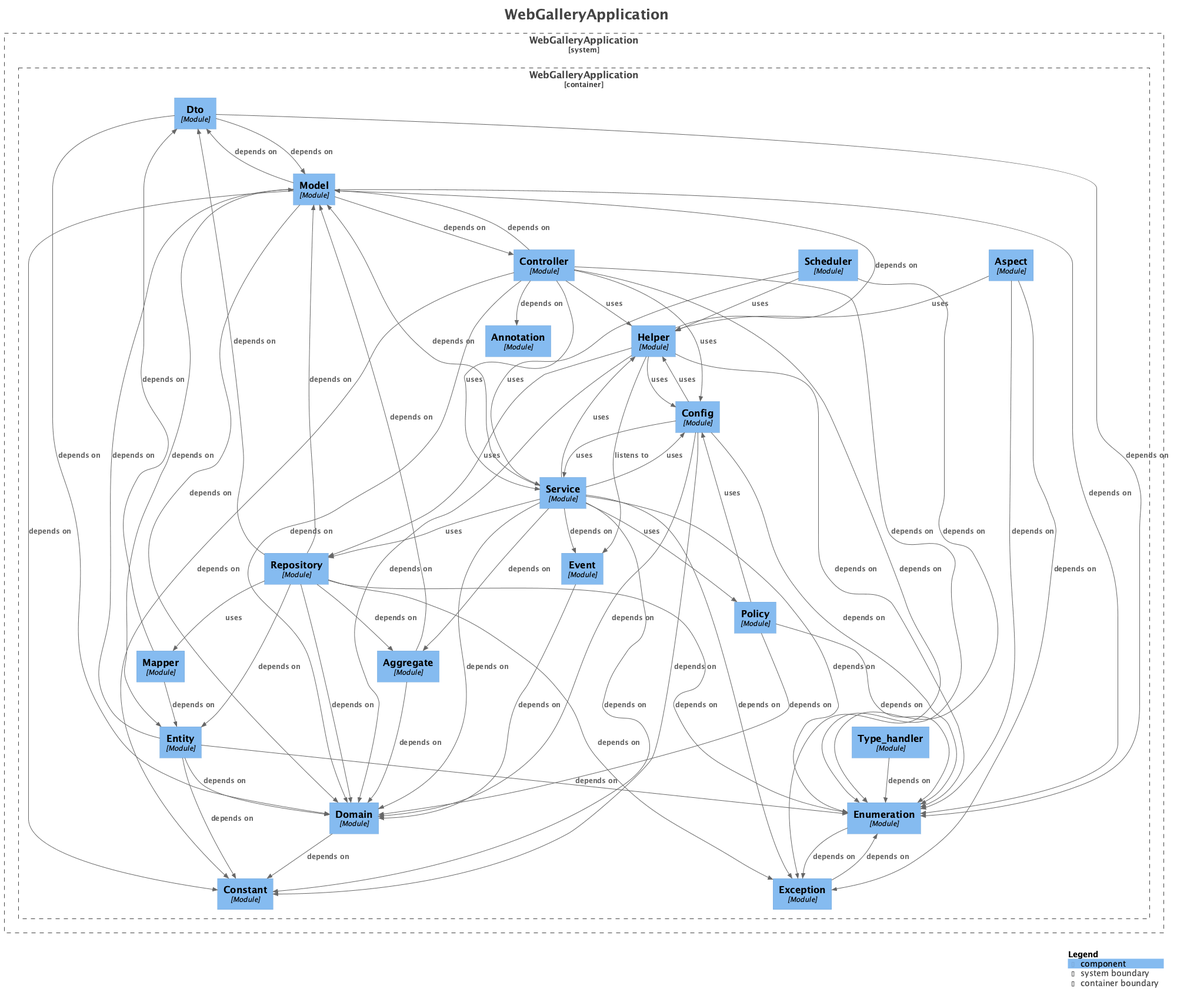
Before: doc/modulith/components.png, a diagram exported from PlantUML (KentoKodama214/WebGallery).
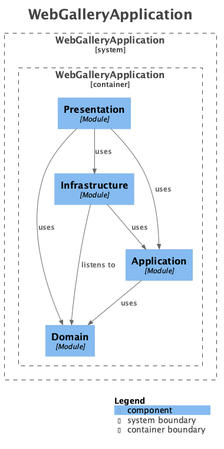
The same diagram one commit later.

Change to the diagram source:
```diff
@@ -17,100 +17,20 @@
 
 System_Boundary("WebGalleryApplication_boundary", "WebGalleryApplication", $tags="") {
   Container_Boundary("WebGalleryApplication.WebGalleryApplication_boundary", "WebGalleryApplication", $tags="") {
-    Component(WebGalleryApplication.WebGalleryApplication.Dto, "Dto", $techn="Module", $descr="", $tags="", $link="")
-    Component(WebGalleryApplication.WebGalleryApplication.Entity, "Entity", $techn="Module", $descr="", $tags="", $link="")
-    Component(WebGalleryApplication.WebGalleryApplication.Enumeration, "Enumeration", $techn="Module", $descr="", $tags="", $link="")
-    Component(WebGalleryApplication.WebGalleryApplication.Event, "Event", $techn="Module", $descr="", $tags="", $link="")
-    Component(WebGalleryApplication.WebGalleryApplication.Exception, "Exception", $techn="Module", $descr="", $tags="", $link="")
-    Component(WebGalleryApplication.WebGalleryApplication.Helper, "Helper", $techn="Module", $descr="", $tags="", $link="")
-    Component(WebGalleryApplication.WebGalleryApplication.Mapper, "Mapper", $techn="Module", $descr="", $tags="", $link="")
-    Component(WebGalleryApplication.WebGalleryApplication.Model, "Model", $techn="Module", $descr="", $tags="", $link="")
-    Component(WebGalleryApplication.WebGalleryApplication.Policy, "Policy", $techn="Module", $descr="", $tags="", $link="")
-    Component(WebGalleryApplication.WebGalleryApplication.Repository, "Repository", $techn="Module", $descr="", $tags="", $link="")
-    Component(WebGalleryApplication.WebGalleryApplication.Scheduler, "Scheduler", $techn="Module", $descr="", $tags="", $link="")
-    Component(WebGalleryApplication.WebGalleryApplication.Service, "Service", $techn="Module", $descr="", $tags="", $link="")
-    Component(WebGalleryApplication.WebGalleryApplication.Type_handler, "Type_handler", $techn="Module", $descr="", $tags="", $link="")
-    Component(WebGalleryApplication.WebGalleryApplication.Aggregate, "Aggregate", $techn="Module", $descr="", $tags="", $link="")
-    Component(WebGalleryApplication.WebGalleryApplication.Annotation, "Annotation", $techn="Module", $descr="", $tags="", $link="")
-    Component(WebGalleryApplication.WebGalleryApplication.Aspect, "Aspect", $techn="Module", $descr="", $tags="", $link="")
-    Component(WebGalleryApplication.WebGalleryApplication.Config, "Config", $techn="Module", $descr="", $tags="", $link="")
-    Component(WebGalleryApplication.WebGalleryApplication.Constant, "Constant", $techn="Module", $descr="", $tags="", $link="")
-    Component(WebGalleryApplication.WebGalleryApplication.Controller, "Controller", $techn="Module", $descr="", $tags="", $link="")
     Component(WebGalleryApplication.WebGalleryApplication.Domain, "Domain", $techn="Module", $descr="", $tags="", $link="")
+    Component(WebGalleryApplication.WebGalleryApplication.Application, "Application", $techn="Module", $descr="", $tags="", $link="")
+    Component(WebGalleryApplication.WebGalleryApplication.Infrastructure, "Infrastructure", $techn="Module", $descr="", $tags="", $link="")
+    Component(WebGalleryApplication.WebGalleryApplication.Presentation, "Presentation", $techn="Module", $descr="", $tags="", $link="")
   }
 
 }
 
-Rel(WebGalleryApplication.WebGalleryApplication.Config, WebGalleryApplication.WebGalleryApplication.Domain, "depends on", $techn="", $tags="", $link="")
-Rel(WebGalleryApplication.WebGalleryApplication.Config, WebGalleryApplication.WebGalleryApplication.Enumeration, "depends on", $techn="", $tags="", $link="")
-Rel(WebGalleryApplication.WebGalleryApplication.Config, WebGalleryApplication.WebGalleryApplication.Helper, "uses", $techn="", $tags="", $link="")
-Rel(WebGalleryApplication.WebGalleryApplication.Config, WebGalleryApplication.WebGalleryApplication.Service, "uses", $techn="", $tags="", $link="")
-Rel(WebGalleryApplication.WebGalleryApplication.Entity, WebGalleryApplication.WebGalleryApplication.Enumeration, "depends on", $techn="", $tags="", $link="")
-Rel(WebGalleryApplication.WebGalleryApplication.Entity, WebGalleryApplication.WebGalleryApplication.Model, "depends on", $techn="", $tags="", $link="")
-Rel(WebGalleryApplication.WebGalleryApplication.Entity, WebGalleryApplication.WebGalleryApplication.Constant, "depends on", $techn="", $tags="", $link="")
-Rel(WebGalleryApplication.WebGalleryApplication.Entity, WebGalleryApplication.WebGalleryApplication.Domain, "depends on", $techn="", $tags="", $link="")
-Rel(WebGalleryApplication.WebGalleryApplication.Model, WebGalleryApplication.WebGalleryApplication.Controller, "depends on", $techn="", $tags="", $link="")
-Rel(WebGalleryApplication.WebGalleryApplication.Model, WebGalleryApplication.WebGalleryApplication.Domain, "depends on", $techn="", $tags="", $link="")
-Rel(WebGalleryApplication.WebGalleryApplication.Model, WebGalleryApplication.WebGalleryApplication.Enumeration, "depends on", $techn="", $tags="", $link="")
-Rel(WebGalleryApplication.WebGalleryApplication.Model, WebGalleryApplication.WebGalleryApplication.Entity, "depends on", $techn="", $tags="", $link="")
-Rel(WebGalleryApplication.WebGalleryApplication.Model, WebGalleryApplication.WebGalleryApplication.Dto, "depends on", $techn="", $tags="", $link="")
-Rel(WebGalleryApplication.WebGalleryApplication.Model, WebGalleryApplication.WebGalleryApplication.Constant, "depends on", $techn="", $tags="", $link="")
-Rel(WebGalleryApplication.WebGalleryApplication.Policy, WebGalleryApplication.WebGalleryApplication.Domain, "depends on", $techn="", $tags="", $link="")
-Rel(WebGalleryApplication.WebGalleryApplication.Policy, WebGalleryApplication.WebGalleryApplication.Enumeration, "depends on", $techn="", $tags="", $link="")
-Rel(WebGalleryApplication.WebGalleryApplication.Policy, WebGalleryApplication.WebGalleryApplication.Config, "uses", $techn="", $tags="", $link="")
-Rel(WebGalleryApplication.WebGalleryApplication.Helper, WebGalleryApplication.WebGalleryApplication.Event, "listens to", $techn="", $tags="", $link="")
-Rel(WebGalleryApplication.WebGalleryApplication.Helper, WebGalleryApplication.WebGalleryApplication.Domain, "depends on", $techn="", $tags="", $link="")
-Rel(WebGalleryApplication.WebGalleryApplication.Helper, WebGalleryApplication.WebGalleryApplication.Model, "depends on", $techn="", $tags="", $link="")
-Rel(WebGalleryApplication.WebGalleryApplication.Helper, WebGalleryApplication.WebGalleryApplication.Enumeration, "depends on", $techn="", $tags="", $link="")
-Rel(WebGalleryApplication.WebGalleryApplication.Helper, WebGalleryApplication.WebGalleryApplication.Config, "uses", $techn="", $tags="", $link="")
-Rel(WebGalleryApplication.WebGalleryApplication.Helper, WebGalleryApplication.WebGalleryApplication.Repository, "uses", $techn="", $tags="", $link="")
-Rel(WebGalleryApplication.WebGalleryApplication.Type_handler, WebGalleryApplication.WebGalleryApplication.Enumeration, "depends on", $techn="", $tags="", $link="")
-Rel(WebGalleryApplication.WebGalleryApplication.Enumeration, WebGalleryApplication.WebGalleryApplication.Exception, "depends on", $techn="", $tags="", $link="")
-Rel(WebGalleryApplication.WebGalleryApplication.Aggregate, WebGalleryApplication.WebGalleryApplication.Domain, "depends on", $techn="", $tags="", $link="")
-Rel(WebGalleryApplication.WebGalleryApplication.Aggregate, WebGalleryApplication.WebGalleryApplication.Model, "depends on", $techn="", $tags="", $link="")
-Rel(WebGalleryApplication.WebGalleryApplication.Dto, WebGalleryApplication.WebGalleryApplication.Enumeration, "depends on", $techn="", $tags="", $link="")
-Rel(WebGalleryApplication.WebGalleryApplication.Dto, WebGalleryApplication.WebGalleryApplication.Model, "depends on", $techn="", $tags="", $link="")
-Rel(WebGalleryApplication.WebGalleryApplication.Dto, WebGalleryApplication.WebGalleryApplication.Domain, "depends on", $techn="", $tags="", $link="")
-Rel(WebGalleryApplication.WebGalleryApplication.Exception, WebGalleryApplication.WebGalleryApplication.Enumeration, "depends on", $techn="", $tags="", $link="")
-Rel(WebGalleryApplication.WebGalleryApplication.Service, WebGalleryApplication.WebGalleryApplication.Domain, "depends on", $techn="", $tags="", $link="")
-Rel(WebGalleryApplication.WebGalleryApplication.Service, WebGalleryApplication.WebGalleryApplication.Model, "depends on", $techn="", $tags="", $link="")
-Rel(WebGalleryApplication.WebGalleryApplication.Service, WebGalleryApplication.WebGalleryApplication.Exception, "depends on", $techn="", $tags="", $link="")
-Rel(WebGalleryApplication.WebGalleryApplication.Service, WebGalleryApplication.WebGalleryApplication.Enumeration, "depends on", $techn="", $tags="", $link="")
-Rel(WebGalleryApplication.WebGalleryApplication.Service, WebGalleryApplication.WebGalleryApplication.Aggregate, "depends on", $techn="", $tags="", $link="")
-Rel(WebGalleryApplication.WebGalleryApplication.Service, WebGalleryApplication.WebGalleryApplication.Event, "depends on", $techn="", $tags="", $link="")
-Rel(WebGalleryApplication.WebGalleryApplication.Service, WebGalleryApplication.WebGalleryApplication.Constant, "depends on", $techn="", $tags="", $link="")
-Rel(WebGalleryApplication.WebGalleryApplication.Service, WebGalleryApplication.WebGalleryApplication.Repository, "uses", $techn="", $tags="", $link="")
-Rel(WebGalleryApplication.WebGalleryApplication.Service, WebGalleryApplication.WebGalleryApplication.Helper, "uses", $techn="", $tags="", $link="")
-Rel(WebGalleryApplication.WebGalleryApplication.Service, WebGalleryApplication.WebGalleryApplication.Config, "uses", $techn="", $tags="", $link="")
-Rel(WebGalleryApplication.WebGalleryApplication.Service, WebGalleryApplication.WebGalleryApplication.Policy, "uses", $techn="", $tags="", $link="")
-Rel(WebGalleryApplication.WebGalleryApplication.Repository, WebGalleryApplication.WebGalleryApplication.Aggregate, "depends on", $techn="", $tags="", $link="")
-Rel(WebGalleryApplication.WebGalleryApplication.Repository, WebGalleryApplication.WebGalleryApplication.Domain, "depends on", $techn="", $tags="", $link="")
-Rel(WebGalleryApplication.WebGalleryApplication.Repository, WebGalleryApplication.WebGalleryApplication.Model, "depends on", $techn="", $tags="", $link="")
-Rel(WebGalleryApplication.WebGalleryApplication.Repository, WebGalleryApplication.WebGalleryApplication.Exception, "depends on", $techn="", $tags="", $link="")
-Rel(WebGalleryApplication.WebGalleryApplication.Repository, WebGalleryApplication.WebGalleryApplication.Enumeration, "depends on", $techn="", $tags="", $link="")
-Rel(WebGalleryApplication.WebGalleryApplication.Repository, WebGalleryApplication.WebGalleryApplication.Entity, "depends on", $techn="", $tags="", $link="")
-Rel(WebGalleryApplication.WebGalleryApplication.Repository, WebGalleryApplication.WebGalleryApplication.Dto, "depends on", $techn="", $tags="", $link="")
-Rel(WebGalleryApplication.WebGalleryApplication.Repository, WebGalleryApplication.WebGalleryApplication.Mapper, "uses", $techn="", $tags="", $link="")
-Rel(WebGalleryApplication.WebGalleryApplication.Aspect, WebGalleryApplication.WebGalleryApplication.Enumeration, "depends on", $techn="", $tags="", $link="")
-Rel(WebGalleryApplication.WebGalleryApplication.Aspect, WebGalleryApplication.WebGalleryApplication.Exception, "depends on", $techn="", $tags="", $link="")
-Rel(WebGalleryApplication.WebGalleryApplication.Aspect, WebGalleryApplication.WebGalleryApplication.Helper, "uses", $techn="", $tags="", $link="")
-Rel(WebGalleryApplication.WebGalleryApplication.Controller, WebGalleryApplication.WebGalleryApplication.Enumeration, "depends on", $techn="", $tags="", $link="")
-Rel(WebGalleryApplication.WebGalleryApplication.Controller, WebGalleryApplication.WebGalleryApplication.Model, "depends on", $techn="", $tags="", $link="")
-Rel(WebGalleryApplication.WebGalleryApplication.Controller, WebGalleryApplication.WebGalleryApplication.Domain, "depends on", $techn="", $tags="", $link="")
-Rel(WebGalleryApplication.WebGalleryApplication.Controller, WebGalleryApplication.WebGalleryApplication.Exception, "depends on", $techn="", $tags="", $link="")
-Rel(WebGalleryApplication.WebGalleryApplication.Controller, WebGalleryApplication.WebGalleryApplication.Annotation, "depends on", $techn="", $tags="", $link="")
-Rel(WebGalleryApplication.WebGalleryApplication.Controller, WebGalleryApplication.WebGalleryApplication.Constant, "depends on", $techn="", $tags="", $link="")
-Rel(WebGalleryApplication.WebGalleryApplication.Controller, WebGalleryApplication.WebGalleryApplication.Service, "uses", $techn="", $tags="", $link="")
-Rel(WebGalleryApplication.WebGalleryApplication.Controller, WebGalleryApplication.WebGalleryApplication.Helper, "uses", $techn="", $tags="", $link="")
-Rel(WebGalleryApplication.WebGalleryApplication.Controller, WebGalleryApplication.WebGalleryApplication.Config, "uses", $techn="", $tags="", $link="")
-Rel(WebGalleryApplication.WebGalleryApplication.Mapper, WebGalleryApplication.WebGalleryApplication.Entity, "depends on", $techn="", $tags="", $link="")
-Rel(WebGalleryApplication.WebGalleryApplication.Mapper, WebGalleryApplication.WebGalleryApplication.Dto, "depends on", $techn="", $tags="", $link="")
-Rel(WebGalleryApplication.WebGalleryApplication.Scheduler, WebGalleryApplication.WebGalleryApplication.Enumeration, "depends on", $techn="", $tags="", $link="")
-Rel(WebGalleryApplication.WebGalleryApplication.Scheduler, WebGalleryApplication.WebGalleryApplication.Helper, "uses", $techn="", $tags="", $link="")
-Rel(WebGalleryApplication.WebGalleryApplication.Scheduler, WebGalleryApplication.WebGalleryApplication.Service, "uses", $techn="", $tags="", $link="")
-Rel(WebGalleryApplication.WebGalleryApplication.Event, WebGalleryApplication.WebGalleryApplication.Domain, "depends on", $techn="", $tags="", $link="")
-Rel(WebGalleryApplication.WebGalleryApplication.Domain, WebGalleryApplication.WebGalleryApplication.Constant, "depends on", $techn="", $tags="", $link="")
-Rel(WebGalleryApplication.WebGalleryApplication.Config, WebGalleryApplication.WebGalleryApplication.Constant, "depends on", $techn="", $tags="", $link="")
+Rel(WebGalleryApplication.WebGalleryApplication.Presentation, WebGalleryApplication.WebGalleryApplication.Application, "uses", $techn="", $tags="", $link="")
+Rel(WebGalleryApplication.WebGalleryApplication.Presentation, WebGalleryApplication.WebGalleryApplication.Infrastructure, "uses", $techn="", $tags="", $link="")
+Rel(WebGalleryApplication.WebGalleryApplication.Presentation, WebGalleryApplication.WebGalleryApplication.Domain, "uses", $techn="", $tags="", $link="")
+Rel(WebGalleryApplication.WebGalleryApplication.Application, WebGalleryApplication.WebGalleryApplication.Domain, "uses", $techn="", $tags="", $link="")
+Rel(WebGalleryApplication.WebGalleryApplication.Infrastructure, WebGalleryApplication.WebGalleryApplication.Domain, "listens to", $techn="", $tags="", $link="")
+Rel(WebGalleryApplication.WebGalleryApplication.Infrastructure, WebGalleryApplication.WebGalleryApplication.Application, "uses", $techn="", $tags="", $link="")
 
 SHOW_LEGEND(true)
 hide stereotypes
```
